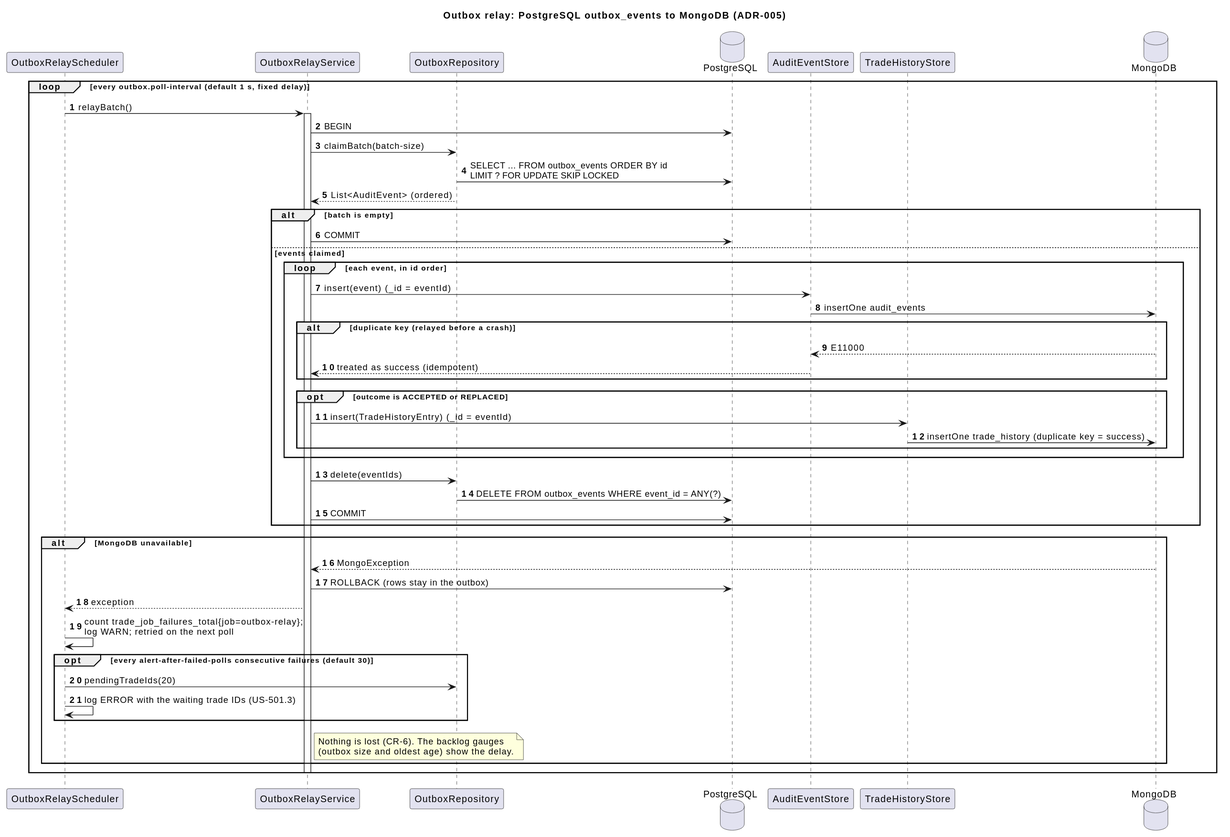
Above: docs/diagrams/out/05-seq-outbox-relay.svg in kuldipkumar/Trade-store (PlantUML), before the change.
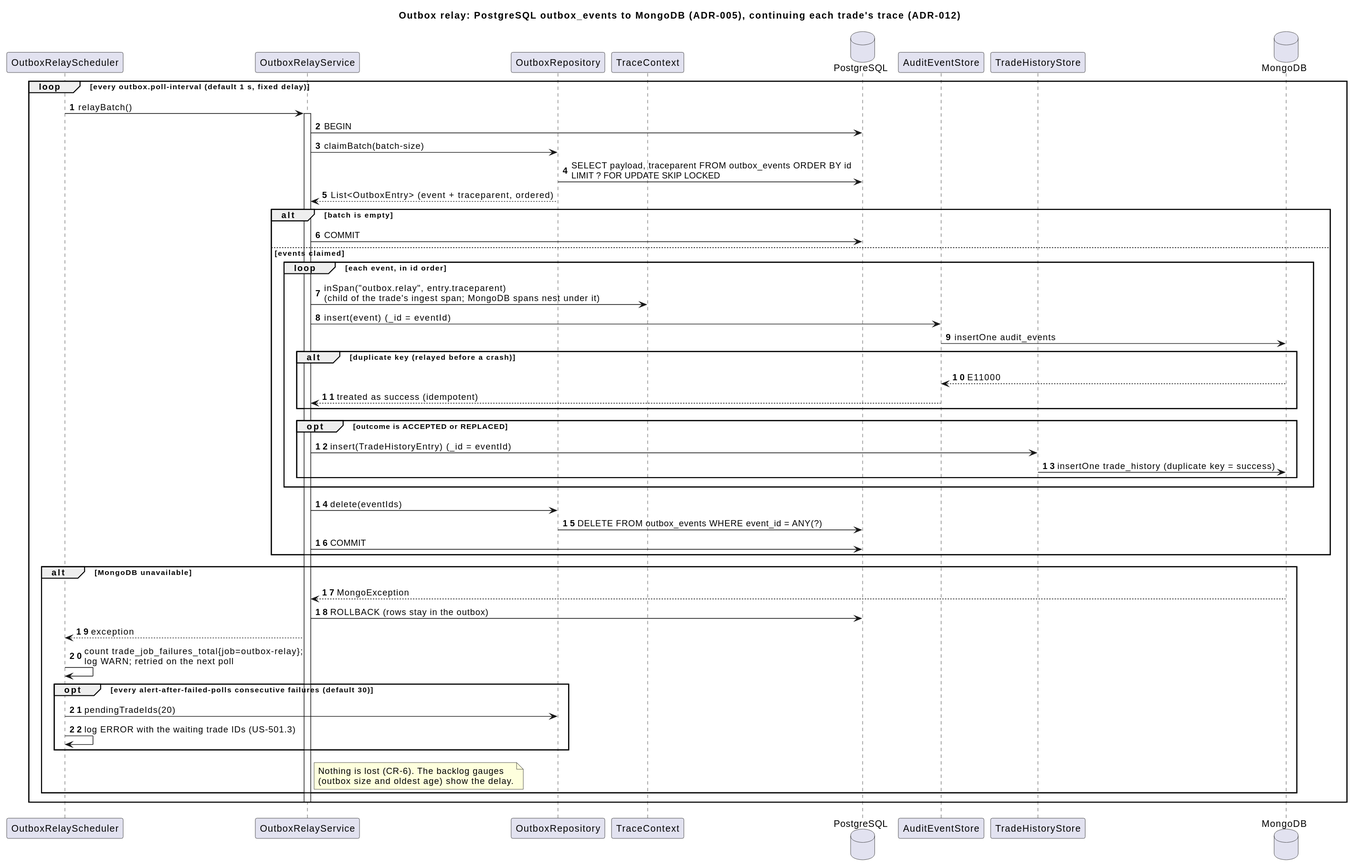
Later version of the same file.

Commit message:
docs: A-46 re-render the class and outbox-relay diagrams; logback note on file logging

Diff of the diagram source:
```diff
@@ -1,10 +1,11 @@
 @startuml
-title Outbox relay: PostgreSQL outbox_events to MongoDB (ADR-005)
+title Outbox relay: PostgreSQL outbox_events to MongoDB (ADR-005), continuing each trade's trace (ADR-012)
 
 autonumber
 participant OutboxRelayScheduler
 participant OutboxRelayService
 participant OutboxRepository
+participant TraceContext
 database PostgreSQL
 participant AuditEventStore
 participant TradeHistoryStore
@@ -15,13 +16,14 @@
   activate OutboxRelayService
   OutboxRelayService -> PostgreSQL : BEGIN
   OutboxRelayService -> OutboxRepository : claimBatch(batch-size)
-  OutboxRepository -> PostgreSQL : SELECT ... FROM outbox_events ORDER BY id\nLIMIT ? FOR UPDATE SKIP LOCKED
-  OutboxRepository --> OutboxRelayService : List<AuditEvent> (ordered)
+  OutboxRepository -> PostgreSQL : SELECT payload, traceparent FROM outbox_events ORDER BY id\nLIMIT ? FOR UPDATE SKIP LOCKED
+  OutboxRepository --> OutboxRelayService : List<OutboxEntry> (event + traceparent, ordered)
 
   alt batch is empty
     OutboxRelayService -> PostgreSQL : COMMIT
   else events claimed
     loop each event, in id order
+      OutboxRelayService -> TraceContext : inSpan("outbox.relay", entry.traceparent)\n(child of the trade's ingest span; MongoDB spans nest under it)
       OutboxRelayService -> AuditEventStore : insert(event)  (_id = eventId)
       AuditEventStore -> MongoDB : insertOne audit_events
       alt duplicate key (relayed before a crash)
```
